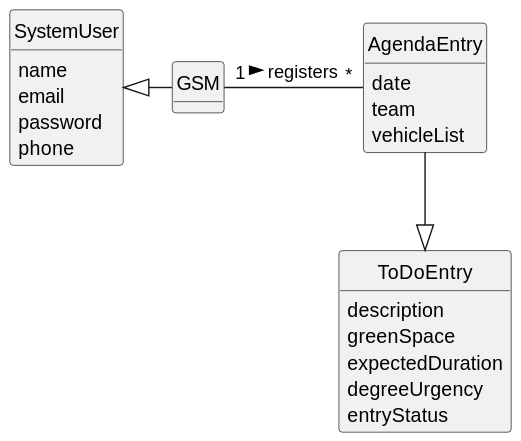
Before: docs/sprintC/us022/02.analysis/svg/us022-domain-model.svg, a diagram exported from PlantUML (Departamento-de-Engenharia-Informatica/lei-24-s2-1do-g164). Source of this version:
```plantuml
@startuml
skinparam monochrome true
skinparam packageStyle rectangle
skinparam shadowing false



skinparam classAttributeIconSize 0

hide circle
hide methods


class SystemUser {
    name
    email
    password
    phone

}
class GSM {

}

class AgendaEntry {
    date
    team
    vehicleList
}

class ToDoEntry {
        description
        greenSpace
        expectedDuration
        degreeUrgency
        entryStatus
}

GSM "1" - "*" AgendaEntry : registers >
SystemUser <|- GSM
AgendaEntry --|> ToDoEntry
@enduml
```
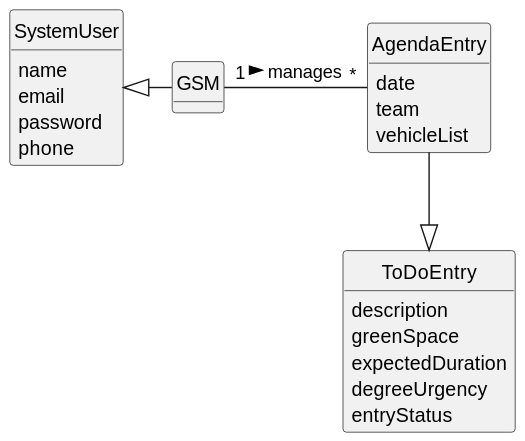
After the commit.

Commit message:
(docs): small corrections in domain models

Change to the diagram source:
```diff
@@ -36,7 +36,7 @@
         entryStatus
 }
 
-GSM "1" - "*" AgendaEntry : registers >
+GSM "1" - "*" AgendaEntry : manages >
 SystemUser <|- GSM
 AgendaEntry --|> ToDoEntry
 @enduml
```
